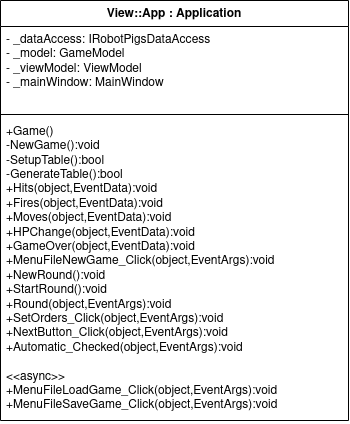
This is DOKUMENTÁCIÓ/appuml.drawio.png from Reun85/esemenyvezbeadando, a draw.io export, as it was before one commit. Source tidied: cells renumbered, new cells last; positions are measured from the earlier drawing's top-left corner, leaving out a move shared by most shapes. Its diagram source:
```xml
<mxGraphModel>
  <root>
    <mxCell id="0" />
    <mxCell id="1" parent="0" />
    <mxCell id="2" value="View::App : Application" style="swimlane;fontStyle=1;align=center;verticalAlign=top;horizontal=1;startSize=26;whiteSpace=wrap;html=1;" parent="1" vertex="1">
      <mxGeometry width="348" height="420" as="geometry" />
    </mxCell>
    <mxCell id="3" value="&lt;div&gt;- _dataAccess: IRobotPigsDataAccess&lt;/div&gt;&lt;div&gt;- _model: GameModel&lt;/div&gt;&lt;div&gt;- _viewModel: ViewModel&lt;br&gt;&lt;/div&gt;- _mainWindow: MainWindow&lt;br&gt;&lt;div&gt;&lt;br&gt;&lt;/div&gt;" style="text;strokeColor=none;fillColor=none;align=left;verticalAlign=top;spacingLeft=4;spacingRight=4;overflow=hidden;whiteSpace=wrap;html=1;" parent="2" vertex="1">
      <mxGeometry y="26" width="348" height="84" as="geometry" />
    </mxCell>
    <mxCell id="4" style="line;strokeWidth=1;fillColor=none;align=left;verticalAlign=middle;spacingTop=-1;spacingLeft=3;spacingRight=3;labelPosition=right;strokeColor=inherit;" parent="2" vertex="1">
      <mxGeometry y="110" width="348" height="8" as="geometry" />
    </mxCell>
    <mxCell id="5" value="&lt;div&gt;+Game()&lt;/div&gt;&lt;div&gt;-NewGame():void&lt;/div&gt;&lt;div&gt;-SetupTable():bool&lt;/div&gt;&lt;div&gt;-GenerateTable():bool&lt;/div&gt;&lt;div&gt;+Hits(object,EventData):void&lt;/div&gt;&lt;div&gt;+Fires(object,EventData):void&lt;/div&gt;&lt;div&gt;+Moves(object,EventData):void&lt;/div&gt;&lt;div&gt;+HPChange(object,EventData):void&lt;/div&gt;&lt;div&gt;+GameOver(object,EventData):void&lt;/div&gt;&lt;div&gt;+MenuFileNewGame_Click(object,EventArgs):void&lt;/div&gt;&lt;div&gt;+NewRound():void&lt;/div&gt;&lt;div&gt;+StartRound():void&lt;/div&gt;&lt;div&gt;+Round(object,EventArgs):void&lt;/div&gt;&lt;div&gt;+SetOrders_Click(object,EventArgs):void&lt;/div&gt;&lt;div&gt;+NextButton_Click(object,EventArgs):void&lt;/div&gt;&lt;div&gt;+Automatic_Checked(object,EventArgs):void&lt;br&gt;&lt;/div&gt;&lt;div&gt;&lt;br&gt;&lt;/div&gt;&lt;div&gt;&amp;lt;&amp;lt;async&amp;gt;&amp;gt;&lt;br&gt;&lt;/div&gt;&lt;div&gt;+MenuFileLoadGame_Click(object,EventArgs):void&lt;/div&gt;&lt;div&gt;+MenuFileSaveGame_Click(object,EventArgs):void&lt;/div&gt;" style="text;strokeColor=none;fillColor=none;align=left;verticalAlign=top;spacingLeft=4;spacingRight=4;overflow=hidden;whiteSpace=wrap;html=1;" parent="2" vertex="1">
      <mxGeometry y="118" width="348" height="302" as="geometry" />
    </mxCell>
  </root>
</mxGraphModel>
```
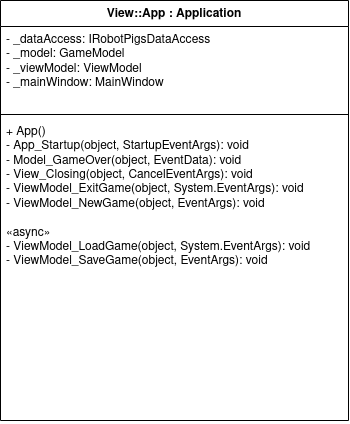
After the change.

What changed in the source:
```diff
@@ -11,7 +11,7 @@
     <mxCell id="4" style="line;strokeWidth=1;fillColor=none;align=left;verticalAlign=middle;spacingTop=-1;spacingLeft=3;spacingRight=3;labelPosition=right;strokeColor=inherit;" parent="2" vertex="1">
       <mxGeometry y="110" width="348" height="8" as="geometry" />
     </mxCell>
-    <mxCell id="5" value="&lt;div&gt;+Game()&lt;/div&gt;&lt;div&gt;-NewGame():void&lt;/div&gt;&lt;div&gt;-SetupTable():bool&lt;/div&gt;&lt;div&gt;-GenerateTable():bool&lt;/div&gt;&lt;div&gt;+Hits(object,EventData):void&lt;/div&gt;&lt;div&gt;+Fires(object,EventData):void&lt;/div&gt;&lt;div&gt;+Moves(object,EventData):void&lt;/div&gt;&lt;div&gt;+HPChange(object,EventData):void&lt;/div&gt;&lt;div&gt;+GameOver(object,EventData):void&lt;/div&gt;&lt;div&gt;+MenuFileNewGame_Click(object,EventArgs):void&lt;/div&gt;&lt;div&gt;+NewRound():void&lt;/div&gt;&lt;div&gt;+StartRound():void&lt;/div&gt;&lt;div&gt;+Round(object,EventArgs):void&lt;/div&gt;&lt;div&gt;+SetOrders_Click(object,EventArgs):void&lt;/div&gt;&lt;div&gt;+NextButton_Click(object,EventArgs):void&lt;/div&gt;&lt;div&gt;+Automatic_Checked(object,EventArgs):void&lt;br&gt;&lt;/div&gt;&lt;div&gt;&lt;br&gt;&lt;/div&gt;&lt;div&gt;&amp;lt;&amp;lt;async&amp;gt;&amp;gt;&lt;br&gt;&lt;/div&gt;&lt;div&gt;+MenuFileLoadGame_Click(object,EventArgs):void&lt;/div&gt;&lt;div&gt;+MenuFileSaveGame_Click(object,EventArgs):void&lt;/div&gt;" style="text;strokeColor=none;fillColor=none;align=left;verticalAlign=top;spacingLeft=4;spacingRight=4;overflow=hidden;whiteSpace=wrap;html=1;" parent="2" vertex="1">
+    <mxCell id="5" value="+ App()&lt;br&gt;- App_Startup(object, StartupEventArgs): void&lt;br&gt;- Model_GameOver(object, EventData): void&lt;br&gt;- View_Closing(object, CancelEventArgs): void&lt;br&gt;- ViewModel_ExitGame(object, System.EventArgs): void&lt;br&gt;&lt;div&gt;- ViewModel_NewGame(object, EventArgs): void&lt;/div&gt;&lt;div&gt;&lt;br&gt;&lt;/div&gt;«async»&lt;br&gt;- ViewModel_LoadGame(object, System.EventArgs): void&lt;br&gt;- ViewModel_SaveGame(object, EventArgs): void" style="text;strokeColor=none;fillColor=none;align=left;verticalAlign=top;spacingLeft=4;spacingRight=4;overflow=hidden;whiteSpace=wrap;html=1;" parent="2" vertex="1">
       <mxGeometry y="118" width="348" height="302" as="geometry" />
     </mxCell>
   </root>
```
